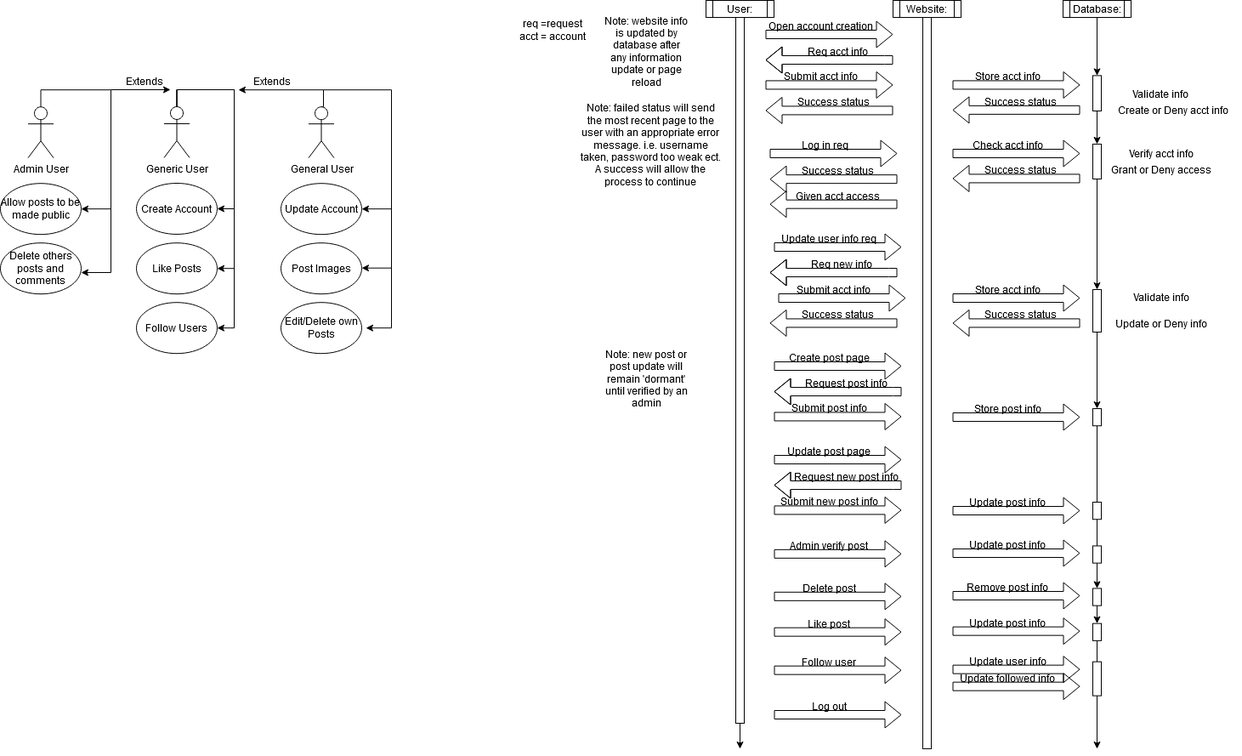
Earlier version of the draw.io export Diagrams.png (wreich2/cosc412). Source tidied: cells renumbered, new cells last; positions are measured from the earlier drawing's top-left corner, leaving out a move shared by most shapes.
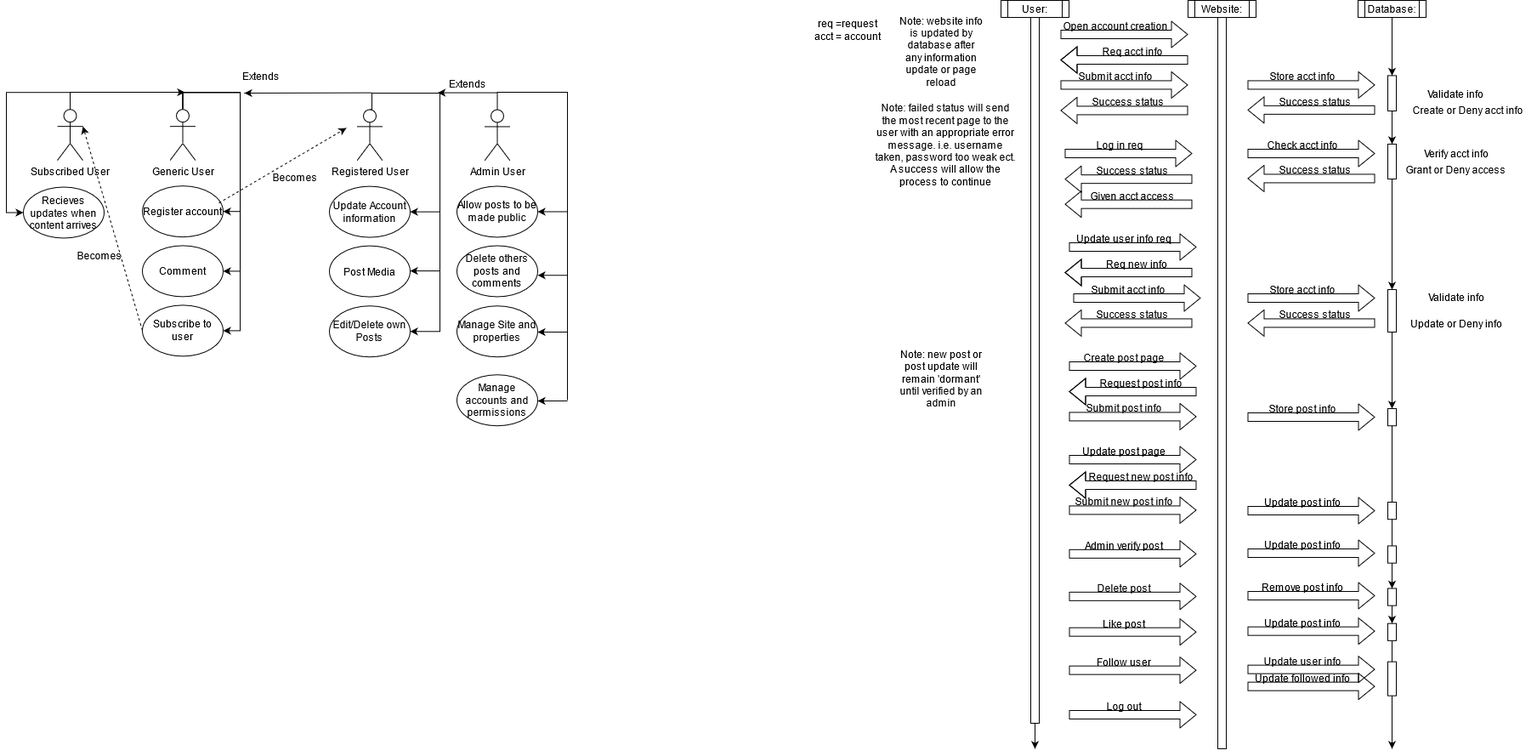
The same file after the commit.

Change to the diagram source:
```diff
@@ -12,25 +12,25 @@
       <mxGeometry relative="1" as="geometry" />
     </mxCell>
     <mxCell id="5" value="Generic User" style="shape=umlActor;verticalLabelPosition=bottom;verticalAlign=top;html=1;outlineConnect=0;" parent="1" vertex="1">
-      <mxGeometry x="192.5" y="125" width="30" height="60" as="geometry" />
+      <mxGeometry x="-147.5" y="128.2" width="30" height="60" as="geometry" />
     </mxCell>
-    <mxCell id="6" value="Create Account" style="ellipse;whiteSpace=wrap;html=1;" parent="1" vertex="1">
-      <mxGeometry x="160" y="215" width="95" height="60" as="geometry" />
+    <mxCell id="6" value="Register account" style="ellipse;whiteSpace=wrap;html=1;" parent="1" vertex="1">
+      <mxGeometry x="-180" y="218.2" width="95" height="60" as="geometry" />
     </mxCell>
-    <mxCell id="7" value="Update Account" style="ellipse;whiteSpace=wrap;html=1;" parent="1" vertex="1">
-      <mxGeometry x="330" y="215.2" width="95" height="60" as="geometry" />
+    <mxCell id="7" value="Update Account information" style="ellipse;whiteSpace=wrap;html=1;" parent="1" vertex="1">
+      <mxGeometry x="40" y="218.6" width="95" height="60" as="geometry" />
     </mxCell>
-    <mxCell id="8" value="Post Images" style="ellipse;whiteSpace=wrap;html=1;" parent="1" vertex="1">
-      <mxGeometry x="330" y="285.2" width="95" height="60" as="geometry" />
+    <mxCell id="8" value="Post Media" style="ellipse;whiteSpace=wrap;html=1;" parent="1" vertex="1">
+      <mxGeometry x="40" y="288.6" width="95" height="60" as="geometry" />
     </mxCell>
     <mxCell id="9" value="Edit/Delete own Posts" style="ellipse;whiteSpace=wrap;html=1;" parent="1" vertex="1">
-      <mxGeometry x="330" y="355.2" width="95" height="60" as="geometry" />
+      <mxGeometry x="40" y="359.3" width="95" height="60" as="geometry" />
     </mxCell>
-    <mxCell id="10" value="Like Posts" style="ellipse;whiteSpace=wrap;html=1;" parent="1" vertex="1">
-      <mxGeometry x="160" y="285.2" width="95" height="60" as="geometry" />
+    <mxCell id="10" value="Comment" style="ellipse;whiteSpace=wrap;html=1;" parent="1" vertex="1">
+      <mxGeometry x="-180" y="288.4" width="95" height="60" as="geometry" />
     </mxCell>
-    <mxCell id="11" value="Follow Users" style="ellipse;whiteSpace=wrap;html=1;" parent="1" vertex="1">
-      <mxGeometry x="160" y="355.2" width="95" height="60" as="geometry" />
+    <mxCell id="11" value="Subscribe to user" style="ellipse;whiteSpace=wrap;html=1;" parent="1" vertex="1">
+      <mxGeometry x="-180" y="358.4" width="95" height="60" as="geometry" />
     </mxCell>
     <mxCell id="12" value="User:" style="shape=process;whiteSpace=wrap;html=1;backgroundOutline=1;" parent="1" vertex="1">
       <mxGeometry x="830" width="80" height="20" as="geometry" />
@@ -390,74 +390,68 @@
     <mxCell id="97" style="edgeStyle=orthogonalEdgeStyle;rounded=0;jettySize=auto;html=1;exitX=0.5;exitY=1;exitDx=0;exitDy=0;" parent="1" edge="1" source="45" target="96">
       <mxGeometry relative="1" as="geometry" />
     </mxCell>
-    <mxCell id="98" style="edgeStyle=orthogonalEdgeStyle;rounded=0;jettySize=auto;html=1;exitX=0.5;exitY=0;exitDx=0;exitDy=0;exitPerimeter=0;" parent="1" edge="1" source="99">
+    <mxCell id="98" style="edgeStyle=orthogonalEdgeStyle;rounded=0;jettySize=auto;html=1;exitX=0.5;exitY=0;exitDx=0;exitDy=0;exitPerimeter=0;entryX=1;entryY=0.5;entryDx=0;entryDy=0;" parent="1" edge="1" source="99" target="9">
       <mxGeometry relative="1" as="geometry">
-        <mxPoint x="430" y="385.2" as="targetPoint" />
         <Array as="points">
-          <mxPoint x="380" y="125.2" />
-          <mxPoint x="380" y="105.2" />
-          <mxPoint x="460" y="105.2" />
-          <mxPoint x="460" y="385.2" />
+          <mxPoint x="90" y="128" />
+          <mxPoint x="90" y="109" />
+          <mxPoint x="170" y="109" />
+          <mxPoint x="170" y="389" />
         </Array>
       </mxGeometry>
     </mxCell>
-    <mxCell id="99" value="General User" style="shape=umlActor;verticalLabelPosition=bottom;verticalAlign=top;html=1;outlineConnect=0;" parent="1" vertex="1">
-      <mxGeometry x="362.5" y="125.2" width="30" height="60" as="geometry" />
+    <mxCell id="99" value="Registered User" style="shape=umlActor;verticalLabelPosition=bottom;verticalAlign=top;html=1;outlineConnect=0;" parent="1" vertex="1">
+      <mxGeometry x="72.5" y="128.4" width="30" height="60" as="geometry" />
     </mxCell>
     <mxCell id="100" style="endArrow=classic;html=1;entryX=1;entryY=0.5;entryDx=0;entryDy=0;" parent="1" edge="1" target="7">
       <mxGeometry relative="1" as="geometry">
-        <mxPoint x="460" y="245.2" as="sourcePoint" />
+        <mxPoint x="170" y="248.6" as="sourcePoint" />
       </mxGeometry>
     </mxCell>
     <mxCell id="101" style="endArrow=classic;html=1;entryX=1;entryY=0.5;entryDx=0;entryDy=0;" parent="1" edge="1">
       <mxGeometry relative="1" as="geometry">
-        <mxPoint x="460" y="314.7" as="sourcePoint" />
-        <mxPoint x="425" y="314.7" as="targetPoint" />
+        <mxPoint x="170" y="318.1" as="sourcePoint" />
+        <mxPoint x="135" y="318.1" as="targetPoint" />
       </mxGeometry>
     </mxCell>
     <mxCell id="102" style="endArrow=classic;html=1;" parent="1" edge="1">
       <mxGeometry relative="1" as="geometry">
-        <mxPoint x="380" y="105.2" as="sourcePoint" />
-        <mxPoint x="280" y="105.2" as="targetPoint" />
+        <mxPoint x="90" y="108.6" as="sourcePoint" />
+        <mxPoint x="-60" y="109" as="targetPoint" />
       </mxGeometry>
     </mxCell>
     <mxCell id="103" value="Extends" style="text;html=1;strokeColor=none;fillColor=none;align=center;verticalAlign=middle;whiteSpace=wrap;rounded=0;" parent="1" vertex="1">
-      <mxGeometry x="300" y="85" width="40" height="20" as="geometry" />
+      <mxGeometry x="182.5" y="88.4" width="40" height="20" as="geometry" />
     </mxCell>
     <mxCell id="104" value="Allow posts to be made public" style="ellipse;whiteSpace=wrap;html=1;" parent="1" vertex="1">
-      <mxGeometry y="215.2" width="95" height="60" as="geometry" />
+      <mxGeometry x="190" y="218.5" width="95" height="60" as="geometry" />
     </mxCell>
     <mxCell id="105" value="Delete others posts and comments" style="ellipse;whiteSpace=wrap;html=1;" parent="1" vertex="1">
-      <mxGeometry y="285.2" width="95" height="60" as="geometry" />
+      <mxGeometry x="190" y="288.5" width="95" height="60" as="geometry" />
     </mxCell>
     <mxCell id="106" style="edgeStyle=orthogonalEdgeStyle;rounded=0;jettySize=auto;html=1;exitX=0.5;exitY=0;exitDx=0;exitDy=0;exitPerimeter=0;endArrow=none;endFill=0;" parent="1" edge="1" source="107">
       <mxGeometry relative="1" as="geometry">
-        <mxPoint x="130" y="320" as="targetPoint" />
+        <mxPoint x="320" y="470" as="targetPoint" />
+        <Array as="points">
+          <mxPoint x="238" y="108" />
+          <mxPoint x="320" y="108" />
+        </Array>
       </mxGeometry>
     </mxCell>
     <mxCell id="107" value="Admin User" style="shape=umlActor;verticalLabelPosition=bottom;verticalAlign=top;html=1;outlineConnect=0;" parent="1" vertex="1">
-      <mxGeometry x="32.5" y="125.2" width="30" height="60" as="geometry" />
+      <mxGeometry x="222.5" y="128.5" width="30" height="60" as="geometry" />
     </mxCell>
     <mxCell id="108" style="endArrow=classic;html=1;entryX=1;entryY=0.5;entryDx=0;entryDy=0;" parent="1" edge="1" target="104">
       <mxGeometry relative="1" as="geometry">
-        <mxPoint x="130" y="245.2" as="sourcePoint" />
+        <mxPoint x="320" y="248.5" as="sourcePoint" />
       </mxGeometry>
     </mxCell>
     <mxCell id="109" style="endArrow=classic;html=1;entryX=1;entryY=0.5;entryDx=0;entryDy=0;" parent="1" edge="1">
       <mxGeometry relative="1" as="geometry">
-        <mxPoint x="130" y="320" as="sourcePoint" />
-        <mxPoint x="95" y="320" as="targetPoint" />
+        <mxPoint x="320" y="323.3" as="sourcePoint" />
+        <mxPoint x="285" y="323.3" as="targetPoint" />
       </mxGeometry>
     </mxCell>
-    <mxCell id="110" value="Extends" style="text;html=1;strokeColor=none;fillColor=none;align=center;verticalAlign=middle;whiteSpace=wrap;rounded=0;" parent="1" vertex="1">
-      <mxGeometry x="150" y="85" width="40" height="20" as="geometry" />
-    </mxCell>
-    <mxCell id="111" style="endArrow=classic;html=1;strokeColor=#000000;" parent="1" edge="1">
-      <mxGeometry relative="1" as="geometry">
-        <mxPoint x="130" y="105" as="sourcePoint" />
-        <mxPoint x="200" y="105" as="targetPoint" />
-      </mxGeometry>
-    </mxCell>
     <mxCell id="112" style="shape=flexArrow;endArrow=classic;html=1;" parent="1" edge="1">
       <mxGeometry relative="1" as="geometry">
         <mxPoint x="910" y="540" as="sourcePoint" />
@@ -531,5 +525,66 @@
         <mxPoint x="1060" y="840" as="targetPoint" />
       </mxGeometry>
     </mxCell>
+    <mxCell id="110" value="Extends" style="text;html=1;strokeColor=none;fillColor=none;align=center;verticalAlign=middle;whiteSpace=wrap;rounded=0;" parent="1" vertex="1">
+      <mxGeometry x="-60" y="79.4" width="40" height="20" as="geometry" />
+    </mxCell>
+    <mxCell id="128" style="endArrow=classic;html=1;" parent="1" edge="1">
+      <mxGeometry relative="1" as="geometry">
+        <mxPoint x="237.5" y="108.6" as="sourcePoint" />
+        <mxPoint x="167.5" y="108.6" as="targetPoint" />
+      </mxGeometry>
+    </mxCell>
+    <mxCell id="129" value="Manage Site and properties" style="ellipse;whiteSpace=wrap;html=1;" parent="1" vertex="1">
+      <mxGeometry x="190" y="359.3" width="95" height="60" as="geometry" />
+    </mxCell>
+    <mxCell id="130" style="endArrow=classic;html=1;entryX=1;entryY=0.5;entryDx=0;entryDy=0;" parent="1" edge="1">
+      <mxGeometry relative="1" as="geometry">
+        <mxPoint x="320" y="390" as="sourcePoint" />
+        <mxPoint x="285" y="390" as="targetPoint" />
+      </mxGeometry>
+    </mxCell>
+    <mxCell id="131" style="endArrow=classic;html=1;dashed=1;" parent="1" edge="1">
+      <mxGeometry relative="1" as="geometry">
+        <mxPoint x="-90" y="238.2" as="sourcePoint" />
+        <mxPoint x="60" y="150" as="targetPoint" />
+      </mxGeometry>
+    </mxCell>
+    <mxCell id="132" value="Becomes" style="text;html=1;strokeColor=none;fillColor=none;align=center;verticalAlign=middle;whiteSpace=wrap;rounded=0;" parent="1" vertex="1">
+      <mxGeometry x="-20" y="198.2" width="40" height="20" as="geometry" />
+    </mxCell>
+    <mxCell id="133" value="Manage accounts and permissions" style="ellipse;whiteSpace=wrap;html=1;" parent="1" vertex="1">
+      <mxGeometry x="190" y="440.2" width="95" height="60" as="geometry" />
+    </mxCell>
+    <mxCell id="134" style="endArrow=classic;html=1;entryX=1;entryY=0.5;entryDx=0;entryDy=0;" parent="1" edge="1">
+      <mxGeometry relative="1" as="geometry">
+        <mxPoint x="320" y="471" as="sourcePoint" />
+        <mxPoint x="285" y="471" as="targetPoint" />
+      </mxGeometry>
+    </mxCell>
+    <mxCell id="135" style="edgeStyle=orthogonalEdgeStyle;rounded=0;jettySize=auto;html=1;exitX=0.5;exitY=0;exitDx=0;exitDy=0;exitPerimeter=0;" parent="1" edge="1" source="137">
+      <mxGeometry relative="1" as="geometry">
+        <mxPoint x="-130" y="108" as="targetPoint" />
+        <Array as="points">
+          <mxPoint x="-265" y="108" />
+        </Array>
+      </mxGeometry>
+    </mxCell>
+    <mxCell id="136" style="edgeStyle=orthogonalEdgeStyle;rounded=0;jettySize=auto;html=1;exitX=0.5;exitY=0;exitDx=0;exitDy=0;exitPerimeter=0;entryX=0;entryY=0.5;entryDx=0;entryDy=0;" parent="1" edge="1" source="137" target="138">
+      <mxGeometry relative="1" as="geometry" />
+    </mxCell>
+    <mxCell id="137" value="Subscribed User" style="shape=umlActor;verticalLabelPosition=bottom;verticalAlign=top;html=1;outlineConnect=0;" parent="1" vertex="1">
+      <mxGeometry x="-280" y="128.2" width="30" height="60" as="geometry" />
+    </mxCell>
+    <mxCell id="138" value="Recieves updates when content arrives" style="ellipse;whiteSpace=wrap;html=1;" parent="1" vertex="1">
+      <mxGeometry x="-320" y="219.5" width="95" height="60" as="geometry" />
+    </mxCell>
+    <mxCell id="139" style="endArrow=classic;html=1;dashed=1;entryX=1;entryY=0.3333333333333333;entryDx=0;entryDy=0;entryPerimeter=0;" parent="1" edge="1" target="137">
+      <mxGeometry relative="1" as="geometry">
+        <mxPoint x="-180" y="388.2" as="sourcePoint" />
+      </mxGeometry>
+    </mxCell>
+    <mxCell id="140" value="Becomes" style="text;html=1;strokeColor=none;fillColor=none;align=center;verticalAlign=middle;whiteSpace=wrap;rounded=0;" parent="1" vertex="1">
+      <mxGeometry x="-250" y="290" width="40" height="20" as="geometry" />
+    </mxCell>
   </root>
 </mxGraphModel>
```
